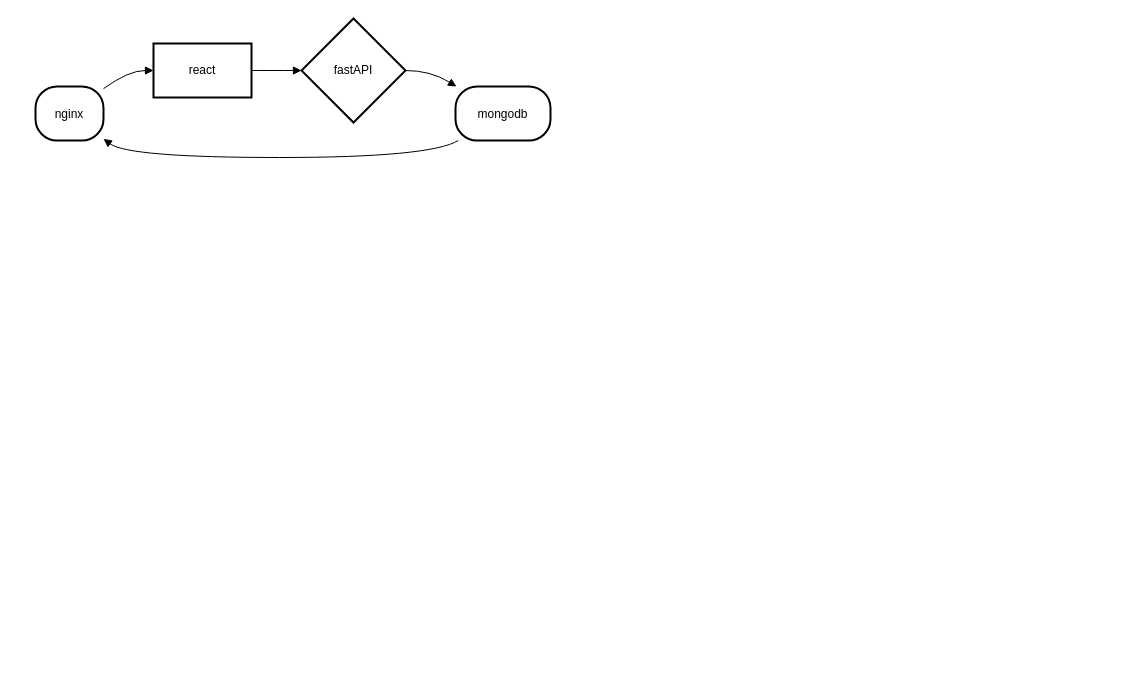
This is docker-compose-nginx-react-fastapi-mongodb.drawio from sip2023/draw.io, a draw.io file, before an edit. Source tidied: cells renumbered, new cells numbered last; positions are measured from the earlier drawing's top-left corner, leaving out a move shared by most shapes. Both pictures are drawn from the tidied source at 100%, with x=0, y=0 at pixel (35, 18).
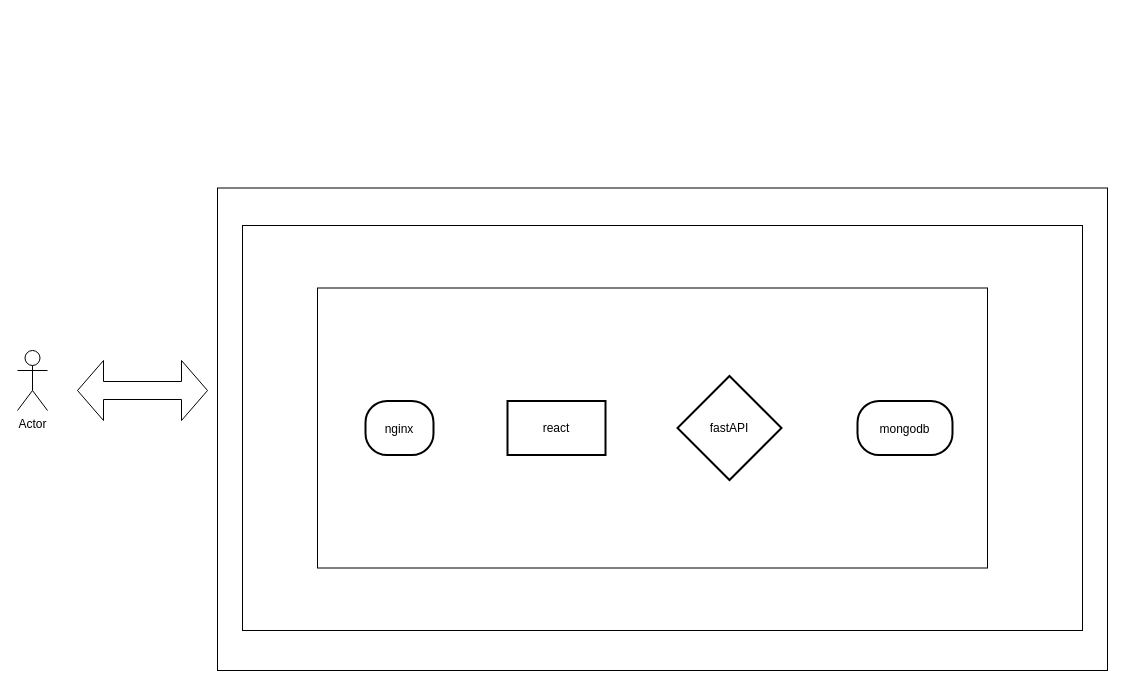
The same page after the edit.

The edit, as a diff of the source:
```diff
@@
 <mxGraphModel>
   <root>
     <mxCell id="0" />
     <mxCell id="1" parent="0" />
+    <mxCell id="10" value="Actor" style="shape=umlActor;verticalLabelPosition=bottom;verticalAlign=top;html=1;" parent="1" vertex="1">
+      <mxGeometry x="-18" y="332" width="30" height="60" as="geometry" />
+    </mxCell>
+    <mxCell id="11" style="shape=doubleArrow;whiteSpace=wrap;html=1;" parent="1" vertex="1">
+      <mxGeometry x="42" y="342" width="130" height="60" as="geometry" />
+    </mxCell>
+    <mxCell id="12" style="rounded=0;whiteSpace=wrap;html=1;" parent="1" vertex="1">
+      <mxGeometry x="182" y="169.5" width="890" height="482.5" as="geometry" />
+    </mxCell>
+    <mxCell id="13" style="rounded=0;whiteSpace=wrap;html=1;" parent="1" vertex="1">
+      <mxGeometry x="207" y="207" width="840" height="405" as="geometry" />
+    </mxCell>
+    <mxCell id="14" style="group;" parent="1" vertex="1">
+      <mxGeometry x="282" y="269.5" width="670" height="280" as="geometry" />
+    </mxCell>
+    <mxCell id="15" style="rounded=0;whiteSpace=wrap;html=1;" parent="14" vertex="1">
+      <mxGeometry width="670" height="280" as="geometry" />
+    </mxCell>
-    <mxCell id="2" value="nginx" style="rounded=1;arcSize=40;strokeWidth=2;" parent="1" vertex="1">
-      <mxGeometry y="68" width="68" height="54" as="geometry" />
+    <mxCell id="2" value="nginx" style="rounded=1;arcSize=40;strokeWidth=2;" parent="14" vertex="1">
+      <mxGeometry x="48" y="113" width="68" height="54" as="geometry" />
     </mxCell>
-    <mxCell id="3" value="react" style="whiteSpace=wrap;strokeWidth=2;" parent="1" vertex="1">
-      <mxGeometry x="118" y="25" width="98" height="54" as="geometry" />
+    <mxCell id="3" value="react" style="whiteSpace=wrap;strokeWidth=2;" parent="14" vertex="1">
+      <mxGeometry x="190" y="113" width="98" height="54" as="geometry" />
     </mxCell>
-    <mxCell id="4" value="fastAPI" style="rhombus;strokeWidth=2;whiteSpace=wrap;" parent="1" vertex="1">
-      <mxGeometry x="266" width="104" height="104" as="geometry" />
+    <mxCell id="4" value="fastAPI" style="rhombus;strokeWidth=2;whiteSpace=wrap;" parent="14" vertex="1">
+      <mxGeometry x="360" y="88" width="104" height="104" as="geometry" />
     </mxCell>
-    <mxCell id="5" value="mongodb" style="rounded=1;arcSize=40;strokeWidth=2;" parent="1" vertex="1">
-      <mxGeometry x="420" y="68" width="95" height="54" as="geometry" />
+    <mxCell id="5" value="mongodb" style="rounded=1;arcSize=40;strokeWidth=2;" parent="14" vertex="1">
+      <mxGeometry x="540" y="113" width="95" height="54" as="geometry" />
     </mxCell>
-    <mxCell id="6" style="curved=1;startArrow=none;endArrow=block;exitX=1;exitY=0.04;entryX=0;entryY=0.5;" parent="1" edge="1" source="2" target="3">
-      <mxGeometry relative="1" as="geometry">
-        <Array as="points">
-          <mxPoint x="93" y="52" />
-        </Array>
-      </mxGeometry>
-    </mxCell>
-    <mxCell id="7" style="curved=1;startArrow=none;endArrow=block;exitX=1;exitY=0.5;entryX=0;entryY=0.5;" parent="1" edge="1" source="3" target="4">
-      <mxGeometry relative="1" as="geometry" />
-    </mxCell>
-    <mxCell id="8" style="curved=1;startArrow=none;endArrow=block;exitX=1;exitY=0.5;entryX=0.02;entryY=0.01;" parent="1" edge="1" source="4" target="5">
-      <mxGeometry relative="1" as="geometry">
-        <Array as="points">
-          <mxPoint x="395" y="52" />
-        </Array>
-      </mxGeometry>
-    </mxCell>
-    <mxCell id="9" style="curved=1;startArrow=none;endArrow=block;exitX=0.02;exitY=1.01;entryX=1;entryY=0.97;" parent="1" edge="1" source="5" target="2">
-      <mxGeometry relative="1" as="geometry">
-        <Array as="points">
-          <mxPoint x="395" y="139" />
-          <mxPoint x="93" y="139" />
-        </Array>
-      </mxGeometry>
-    </mxCell>
   </root>
 </mxGraphModel>
```
